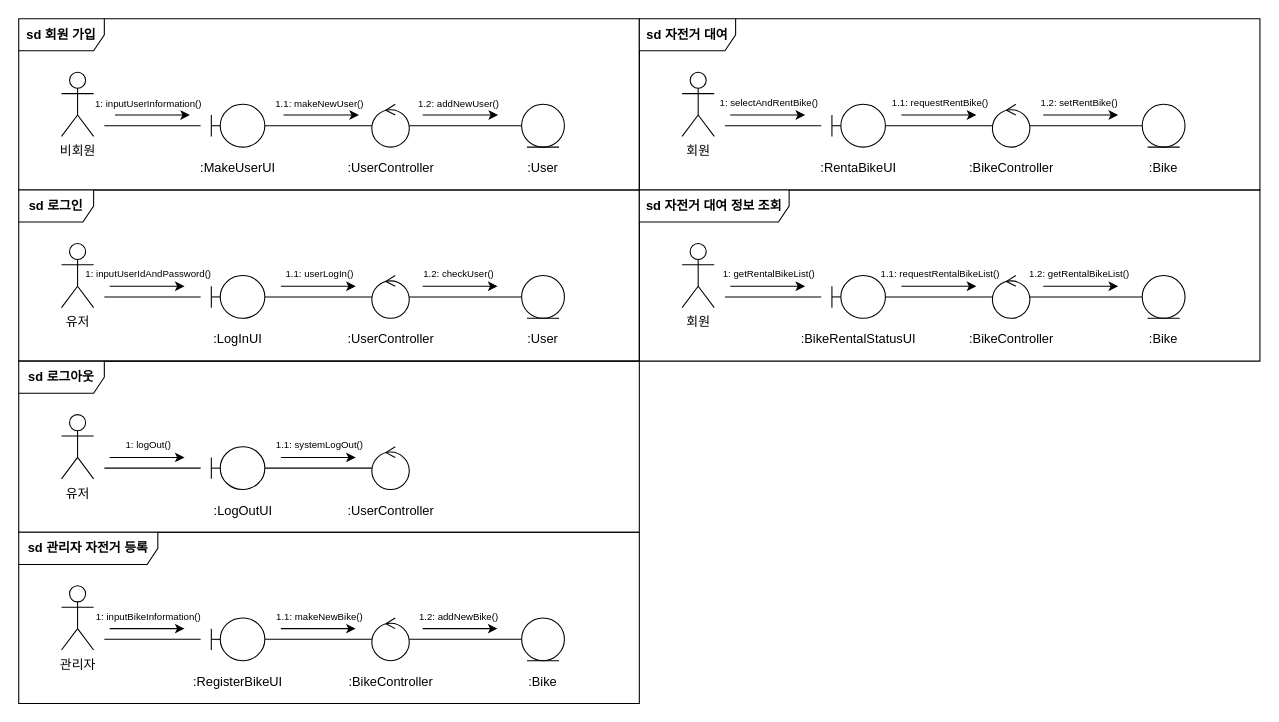
Above: Communication_Diagram.drawio in brian70304/SE_Project2 (draw.io), before the change. Source tidied: cells renumbered, new cells numbered last; positions are measured from the earlier drawing's top-left corner, leaving out a move shared by most shapes. Both pictures are drawn from the tidied source at 107%, with x=0, y=0 at pixel (18, 18).
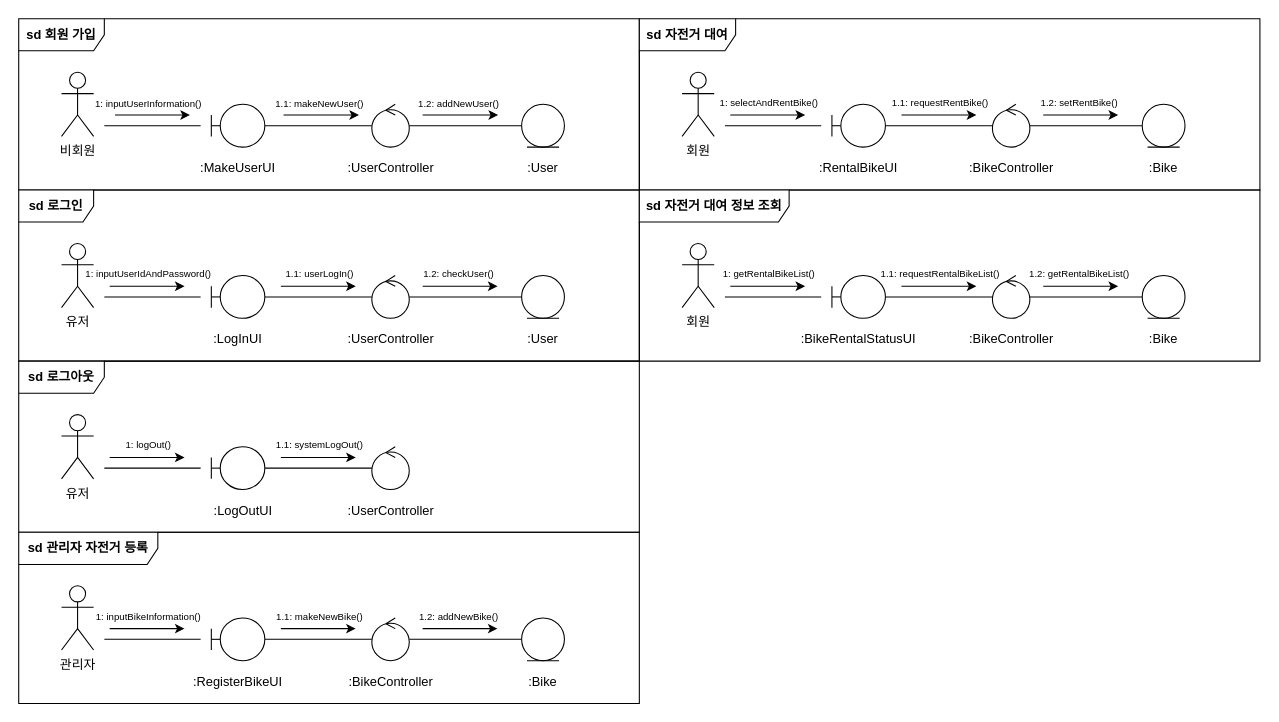
The same page after the edit.

Commit message (it also covers changes not shown here):
Update Communication_Diagram

The edit, as a diff of the source:
```diff
@@
-    <mxCell id="71" value=":RentaBikeUI" style="text;html=1;align=center;verticalAlign=middle;whiteSpace=wrap;rounded=0;" parent="1" vertex="1">
+    <mxCell id="71" value=":RentalBikeUI" style="text;html=1;align=center;verticalAlign=middle;whiteSpace=wrap;rounded=0;" parent="1" vertex="1">
       <mxGeometry x="755" y="130" width="60" height="20" as="geometry" />
     </mxCell>
```
